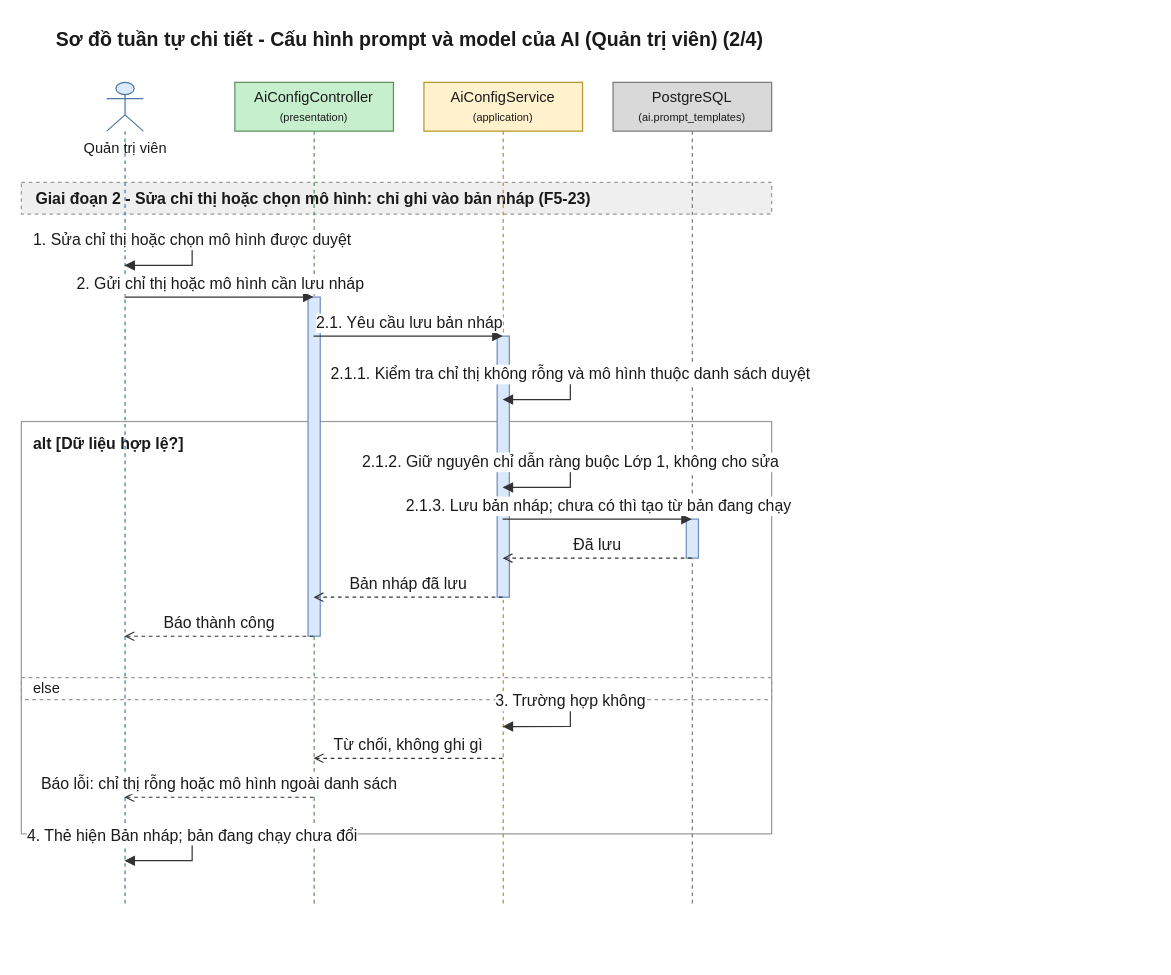
This is 08-diagram/sequence/admin/sequence_admin_cau_hinh_prompt_ai_p2.drawio from daiphu1801/PRJ_ALGOPREP, a draw.io file, before an edit. Source tidied: cells renumbered, new cells numbered last; positions are measured from the earlier drawing's top-left corner, leaving out a move shared by most shapes. Both pictures are drawn from the tidied source at 122%, with x=0, y=0 at pixel (21, 21).
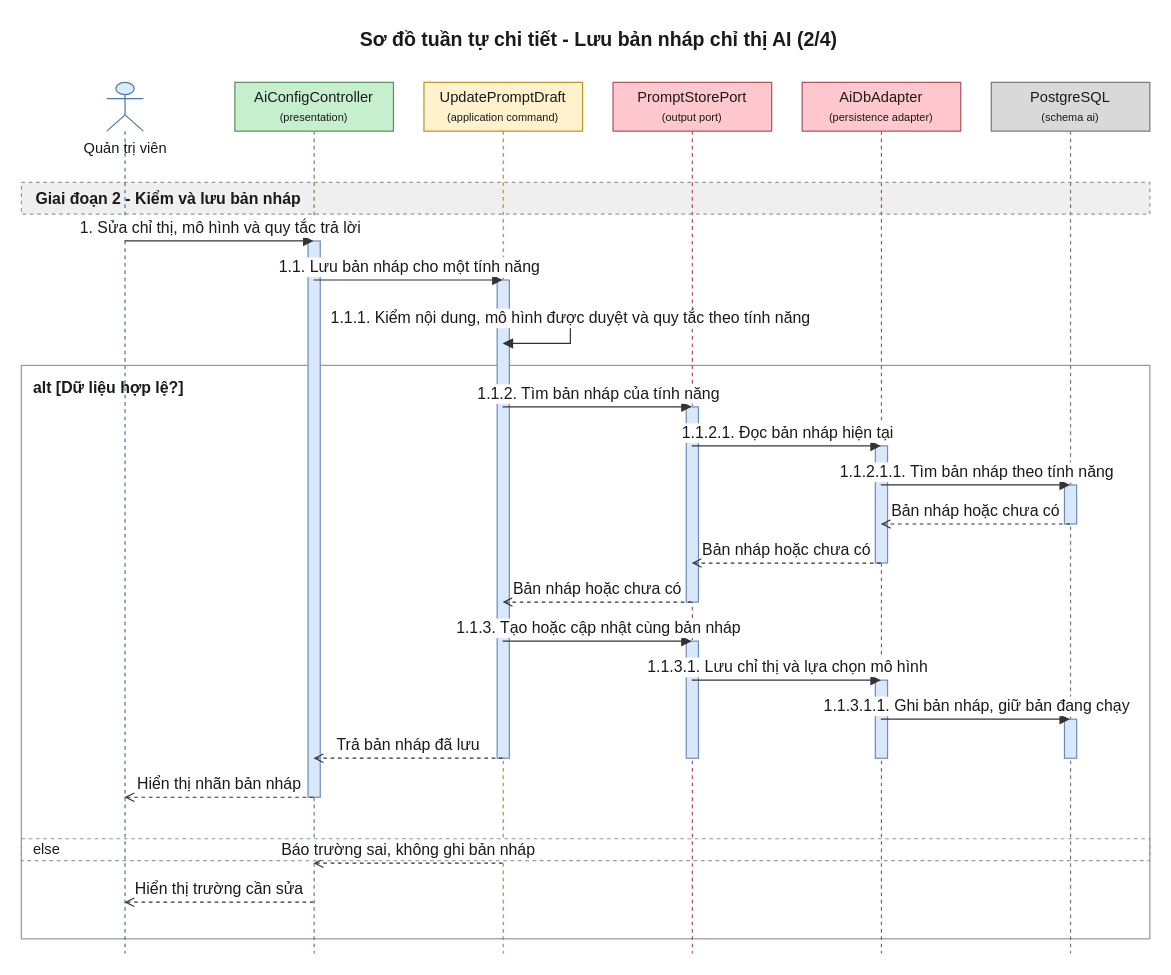
The same diagram, later.

What changed in the source:
```diff
@@
-    <mxCell id="2" value="Sơ đồ tuần tự chi tiết - Cấu hình prompt và model của AI (Quản trị viên) (2/4)" style="text;html=1;fontSize=16;fontStyle=1;align=center;verticalAlign=middle;fontColor=#1A1A1A;" parent="1" vertex="1">
-      <mxGeometry x="20" width="595" height="30" as="geometry" />
+    <mxCell id="2" value="Sơ đồ tuần tự chi tiết - Lưu bản nháp chỉ thị AI (2/4)" style="text;html=1;fontSize=16;fontStyle=1;align=center;verticalAlign=middle;fontColor=#1A1A1A;" parent="1" vertex="1">
+      <mxGeometry x="20" width="905" height="30" as="geometry" />
     </mxCell>
     <mxCell id="3" value="alt [Dữ liệu hợp lệ?]" style="algoprep=alt;rounded=0;whiteSpace=wrap;html=1;fillColor=none;strokeColor=#999999;verticalAlign=top;align=left;spacingLeft=8;spacingTop=4;fontColor=#1A1A1A;fontSize=13;fontStyle=1;dashed=0;" parent="1" vertex="1">
-      <mxGeometry y="328" width="615" height="338" as="geometry" />
+      <mxGeometry y="282" width="925" height="470" as="geometry" />
     </mxCell>
     <mxCell id="4" value="else" style="text;html=1;dashed=1;strokeColor=#999999;fillColor=none;align=left;verticalAlign=middle;spacingLeft=8;fontColor=#1A1A1A;fontSize=12;" parent="1" vertex="1">
-      <mxGeometry y="538" width="615" height="18" as="geometry" />
+      <mxGeometry y="670" width="925" height="18" as="geometry" />
     </mxCell>
-    <mxCell id="5" value="Giai đoạn 2 - Sửa chỉ thị hoặc chọn mô hình: chỉ ghi vào bản nháp (F5-23)" style="algoprep=phase;rounded=0;whiteSpace=wrap;html=1;fillColor=#EFEFEF;strokeColor=#999999;dashed=1;align=left;verticalAlign=middle;spacingLeft=10;fontColor=#1A1A1A;fontSize=13;fontStyle=1;" parent="1" vertex="1">
-      <mxGeometry y="132" width="615" height="26" as="geometry" />
+    <mxCell id="5" value="Giai đoạn 2 - Kiểm và lưu bản nháp" style="algoprep=phase;rounded=0;whiteSpace=wrap;html=1;fillColor=#EFEFEF;strokeColor=#999999;dashed=1;align=left;verticalAlign=middle;spacingLeft=10;fontColor=#1A1A1A;fontSize=13;fontStyle=1;" parent="1" vertex="1">
+      <mxGeometry y="132" width="925" height="26" as="geometry" />
     </mxCell>
     <mxCell id="6" value="Quản trị viên" style="shape=umlLifeline;participant=umlActor;perimeter=lifelinePerimeter;html=1;outlineConnect=0;size=40;verticalAlign=top;spacingTop=40;fillColor=#DCEBFC;strokeColor=#4A76A8;fontColor=#1A1A1A;" parent="1" vertex="1">
-      <mxGeometry x="70" y="50" width="30" height="674" as="geometry" />
+      <mxGeometry x="70" y="50" width="30" height="714" as="geometry" />
     </mxCell>
     <mxCell id="7" value="AiConfigController&lt;br&gt;&lt;font style=&quot;font-size:9px&quot;&gt;(presentation)&lt;/font&gt;" style="shape=umlLifeline;perimeter=lifelinePerimeter;whiteSpace=wrap;html=1;outlineConnect=0;size=40;fillColor=#C6EFCE;strokeColor=#5E8E5E;fontColor=#1A1A1A;" parent="1" vertex="1">
-      <mxGeometry x="175" y="50" width="130" height="674" as="geometry" />
+      <mxGeometry x="175" y="50" width="130" height="714" as="geometry" />
     </mxCell>
-    <mxCell id="8" value="AiConfigService&lt;br&gt;&lt;font style=&quot;font-size:9px&quot;&gt;(application)&lt;/font&gt;" style="shape=umlLifeline;perimeter=lifelinePerimeter;whiteSpace=wrap;html=1;outlineConnect=0;size=40;fillColor=#FFF2CC;strokeColor=#B8952A;fontColor=#1A1A1A;" parent="1" vertex="1">
-      <mxGeometry x="330" y="50" width="130" height="674" as="geometry" />
+    <mxCell id="8" value="UpdatePromptDraft&lt;br&gt;&lt;font style=&quot;font-size:9px&quot;&gt;(application command)&lt;/font&gt;" style="shape=umlLifeline;perimeter=lifelinePerimeter;whiteSpace=wrap;html=1;outlineConnect=0;size=40;fillColor=#FFF2CC;strokeColor=#B8952A;fontColor=#1A1A1A;" parent="1" vertex="1">
+      <mxGeometry x="330" y="50" width="130" height="714" as="geometry" />
     </mxCell>
-    <mxCell id="9" value="PostgreSQL&lt;br&gt;&lt;font style=&quot;font-size:9px&quot;&gt;(ai.prompt_templates)&lt;/font&gt;" style="shape=umlLifeline;perimeter=lifelinePerimeter;whiteSpace=wrap;html=1;outlineConnect=0;size=40;fillColor=#D9D9D9;strokeColor=#7A7A7A;fontColor=#1A1A1A;" parent="1" vertex="1">
-      <mxGeometry x="485" y="50" width="130" height="674" as="geometry" />
+    <mxCell id="9" value="PromptStorePort&lt;br&gt;&lt;font style=&quot;font-size:9px&quot;&gt;(output port)&lt;/font&gt;" style="shape=umlLifeline;perimeter=lifelinePerimeter;whiteSpace=wrap;html=1;outlineConnect=0;size=40;fillColor=#FFC7CE;strokeColor=#B0525E;fontColor=#1A1A1A;" parent="1" vertex="1">
+      <mxGeometry x="485" y="50" width="130" height="714" as="geometry" />
     </mxCell>
-    <mxCell id="10" style="html=1;points=[[0,0,0,0,0],[0,1,0,0,0],[1,0,0,0,0],[1,1,0,0,0]];perimeter=orthogonalPerimeter;outlineConnect=0;targetShapes=umlLifeline;fillColor=#DAE8FC;strokeColor=#6C8EBF;" parent="9" vertex="1">
-      <mxGeometry x="60" y="358" width="10" height="32" as="geometry" />
+    <mxCell id="10" value="AiDbAdapter&lt;br&gt;&lt;font style=&quot;font-size:9px&quot;&gt;(persistence adapter)&lt;/font&gt;" style="shape=umlLifeline;perimeter=lifelinePerimeter;whiteSpace=wrap;html=1;outlineConnect=0;size=40;fillColor=#FFC7CE;strokeColor=#B0525E;fontColor=#1A1A1A;" parent="1" vertex="1">
+      <mxGeometry x="640" y="50" width="130" height="714" as="geometry" />
     </mxCell>
-    <mxCell id="11" style="html=1;points=[[0,0,0,0,0],[0,1,0,0,0],[1,0,0,0,0],[1,1,0,0,0]];perimeter=orthogonalPerimeter;outlineConnect=0;targetShapes=umlLifeline;fillColor=#DAE8FC;strokeColor=#6C8EBF;" parent="8" vertex="1">
-      <mxGeometry x="60" y="208" width="10" height="214" as="geometry" />
+    <mxCell id="11" value="PostgreSQL&lt;br&gt;&lt;font style=&quot;font-size:9px&quot;&gt;(schema ai)&lt;/font&gt;" style="shape=umlLifeline;perimeter=lifelinePerimeter;whiteSpace=wrap;html=1;outlineConnect=0;size=40;fillColor=#D9D9D9;strokeColor=#7A7A7A;fontColor=#1A1A1A;" parent="1" vertex="1">
+      <mxGeometry x="795" y="50" width="130" height="714" as="geometry" />
     </mxCell>
-    <mxCell id="12" style="html=1;perimeter=orthogonalPerimeter;targetShapes=umlLifeline;fillColor=#DAE8FC;strokeColor=#6C8EBF;" parent="7" vertex="1">
-      <mxGeometry x="60" y="176" width="10" height="278" as="geometry" />
+    <mxCell id="12" style="html=1;perimeter=orthogonalPerimeter;targetShapes=umlLifeline;fillColor=#DAE8FC;strokeColor=#6C8EBF;" parent="11" vertex="1">
+      <mxGeometry x="60" y="330" width="10" height="32" as="geometry" />
     </mxCell>
-    <mxCell id="13" value="1. Sửa chỉ thị hoặc chọn mô hình được duyệt" style="edgeStyle=orthogonalEdgeStyle;rounded=0;html=1;endArrow=block;endFill=1;strokeColor=#333333;fontColor=#1A1A1A;fontSize=13;verticalAlign=bottom;exitX=0.5;exitY=0.1929;exitDx=0;exitDy=0;entryX=0.5;entryY=0.2226;entryDx=0;entryDy=0;" parent="1" edge="1" source="6" target="6">
-      <mxGeometry relative="1" as="geometry">
-        <Array as="points">
-          <mxPoint x="140" y="180" />
-          <mxPoint x="140" y="200" />
-        </Array>
-      </mxGeometry>
-    </mxCell>
-    <mxCell id="14" value="2. Gửi chỉ thị hoặc mô hình cần lưu nháp" style="edgeStyle=none;html=1;endArrow=block;endFill=1;strokeColor=#333333;fontColor=#1A1A1A;fontSize=13;verticalAlign=bottom;exitX=0.5;exitY=0.2611;exitDx=0;exitDy=0;entryX=0.5;entryY=0.2611;entryDx=0;entryDy=0;" parent="1" edge="1" source="6" target="7">
-      <mxGeometry relative="1" as="geometry" />
-    </mxCell>
-    <mxCell id="15" value="2.1. Yêu cầu lưu bản nháp" style="edgeStyle=none;html=1;endArrow=block;endFill=1;strokeColor=#333333;fontColor=#1A1A1A;fontSize=13;verticalAlign=bottom;exitX=0.5;exitY=0.3086;exitDx=0;exitDy=0;entryX=0.5;entryY=0.3086;entryDx=0;entryDy=0;" parent="1" edge="1" source="7" target="8">
-      <mxGeometry relative="1" as="geometry" />
-    </mxCell>
-    <mxCell id="16" value="2.1.1. Kiểm tra chỉ thị không rỗng và mô hình thuộc danh sách duyệt" style="edgeStyle=orthogonalEdgeStyle;rounded=0;html=1;endArrow=block;endFill=1;strokeColor=#333333;fontColor=#1A1A1A;fontSize=13;verticalAlign=bottom;exitX=0.5;exitY=0.3561;exitDx=0;exitDy=0;entryX=0.5;entryY=0.3858;entryDx=0;entryDy=0;" parent="1" edge="1" source="8" target="8">
-      <mxGeometry relative="1" as="geometry">
-        <Array as="points">
-          <mxPoint x="450" y="290" />
-          <mxPoint x="450" y="310" />
-        </Array>
-      </mxGeometry>
-    </mxCell>
-    <mxCell id="17" value="2.1.2. Giữ nguyên chỉ dẫn ràng buộc Lớp 1, không cho sửa" style="edgeStyle=orthogonalEdgeStyle;rounded=0;html=1;endArrow=block;endFill=1;strokeColor=#333333;fontColor=#1A1A1A;fontSize=13;verticalAlign=bottom;exitX=0.5;exitY=0.4629;exitDx=0;exitDy=0;entryX=0.5;entryY=0.4926;entryDx=0;entryDy=0;" parent="1" edge="1" source="8" target="8">
-      <mxGeometry relative="1" as="geometry">
-        <Array as="points">
-          <mxPoint x="450" y="362" />
-          <mxPoint x="450" y="382" />
-        </Array>
-      </mxGeometry>
-    </mxCell>
-    <mxCell id="18" value="2.1.3. Lưu bản nháp; chưa có thì tạo từ bản đang chạy" style="edgeStyle=none;html=1;endArrow=block;endFill=1;strokeColor=#333333;fontColor=#1A1A1A;fontSize=13;verticalAlign=bottom;exitX=0.5;exitY=0.5312;exitDx=0;exitDy=0;entryX=0.5;entryY=0.5312;entryDx=0;entryDy=0;" parent="1" edge="1" source="8" target="9">
-      <mxGeometry relative="1" as="geometry" />
-    </mxCell>
-    <mxCell id="19" value="Đã lưu" style="edgeStyle=none;html=1;endArrow=open;endFill=0;dashed=1;strokeColor=#333333;fontColor=#1A1A1A;fontSize=13;verticalAlign=bottom;exitX=0.5;exitY=0.5786;exitDx=0;exitDy=0;entryX=0.5;entryY=0.5786;entryDx=0;entryDy=0;" parent="1" edge="1" source="9" target="8">
-      <mxGeometry relative="1" as="geometry" />
-    </mxCell>
+    <mxCell id="26" style="html=1;perimeter=orthogonalPerimeter;targetShapes=umlLifeline;fillColor=#DAE8FC;strokeColor=#6C8EBF;" parent="10" vertex="1">
+      <mxGeometry x="60" y="298" width="10" height="96" as="geometry" />
+    </mxCell>
+    <mxCell id="27" style="html=1;perimeter=orthogonalPerimeter;targetShapes=umlLifeline;fillColor=#DAE8FC;strokeColor=#6C8EBF;" parent="9" vertex="1">
+      <mxGeometry x="60" y="266" width="10" height="160" as="geometry" />
+    </mxCell>
+    <mxCell id="28" style="html=1;perimeter=orthogonalPerimeter;targetShapes=umlLifeline;fillColor=#DAE8FC;strokeColor=#6C8EBF;" parent="11" vertex="1">
+      <mxGeometry x="60" y="522" width="10" height="32" as="geometry" />
+    </mxCell>
+    <mxCell id="29" style="html=1;perimeter=orthogonalPerimeter;targetShapes=umlLifeline;fillColor=#DAE8FC;strokeColor=#6C8EBF;" parent="10" vertex="1">
+      <mxGeometry x="60" y="490" width="10" height="64" as="geometry" />
+    </mxCell>
+    <mxCell id="30" style="html=1;perimeter=orthogonalPerimeter;targetShapes=umlLifeline;fillColor=#DAE8FC;strokeColor=#6C8EBF;" parent="9" vertex="1">
+      <mxGeometry x="60" y="458" width="10" height="96" as="geometry" />
+    </mxCell>
+    <mxCell id="31" style="html=1;perimeter=orthogonalPerimeter;targetShapes=umlLifeline;fillColor=#DAE8FC;strokeColor=#6C8EBF;" parent="8" vertex="1">
+      <mxGeometry x="60" y="162" width="10" height="392" as="geometry" />
+    </mxCell>
+    <mxCell id="32" style="html=1;perimeter=orthogonalPerimeter;targetShapes=umlLifeline;fillColor=#DAE8FC;strokeColor=#6C8EBF;" parent="7" vertex="1">
+      <mxGeometry x="60" y="130" width="10" height="456" as="geometry" />
+    </mxCell>
-    <mxCell id="20" value="Bản nháp đã lưu" style="edgeStyle=none;html=1;endArrow=open;endFill=0;dashed=1;strokeColor=#333333;fontColor=#1A1A1A;fontSize=13;verticalAlign=bottom;exitX=0.5;exitY=0.6261;exitDx=0;exitDy=0;entryX=0.5;entryY=0.6261;entryDx=0;entryDy=0;" parent="1" edge="1" source="8" target="7">
+    <mxCell id="20" value="1. Sửa chỉ thị, mô hình và quy tắc trả lời" style="edgeStyle=none;html=1;endArrow=block;endFill=1;strokeColor=#333333;fontColor=#1A1A1A;fontSize=13;verticalAlign=bottom;exitX=0.5;exitY=0.1821;exitDx=0;exitDy=0;entryX=0.5;entryY=0.1821;entryDx=0;entryDy=0;" parent="1" edge="1" source="6" target="7">
       <mxGeometry relative="1" as="geometry" />
     </mxCell>
-    <mxCell id="21" value="Báo thành công" style="edgeStyle=none;html=1;endArrow=open;endFill=0;dashed=1;strokeColor=#333333;fontColor=#1A1A1A;fontSize=13;verticalAlign=bottom;exitX=0.5;exitY=0.6736;exitDx=0;exitDy=0;entryX=0.5;entryY=0.6736;entryDx=0;entryDy=0;" parent="1" edge="1" source="7" target="6">
+    <mxCell id="21" value="1.1. Lưu bản nháp cho một tính năng" style="edgeStyle=none;html=1;endArrow=block;endFill=1;strokeColor=#333333;fontColor=#1A1A1A;fontSize=13;verticalAlign=bottom;exitX=0.5;exitY=0.2269;exitDx=0;exitDy=0;entryX=0.5;entryY=0.2269;entryDx=0;entryDy=0;" parent="1" edge="1" source="7" target="8">
       <mxGeometry relative="1" as="geometry" />
     </mxCell>
-    <mxCell id="22" value="3. Trường hợp không" style="edgeStyle=orthogonalEdgeStyle;rounded=0;html=1;endArrow=block;endFill=1;strokeColor=#333333;fontColor=#1A1A1A;fontSize=13;verticalAlign=bottom;exitX=0.5;exitY=0.7537;exitDx=0;exitDy=0;entryX=0.5;entryY=0.7834;entryDx=0;entryDy=0;" parent="1" edge="1" source="8" target="8">
+    <mxCell id="22" value="1.1.1. Kiểm nội dung, mô hình được duyệt và quy tắc theo tính năng" style="edgeStyle=orthogonalEdgeStyle;rounded=0;html=1;endArrow=block;endFill=1;strokeColor=#333333;fontColor=#1A1A1A;fontSize=13;verticalAlign=bottom;exitX=0.5;exitY=0.2717;exitDx=0;exitDy=0;entryX=0.5;entryY=0.2997;entryDx=0;entryDy=0;" parent="1" edge="1" source="8" target="8">
       <mxGeometry relative="1" as="geometry">
         <Array as="points">
-          <mxPoint x="450" y="558" />
-          <mxPoint x="450" y="578" />
+          <mxPoint x="450" y="244" />
+          <mxPoint x="450" y="264" />
         </Array>
       </mxGeometry>
     </mxCell>
-    <mxCell id="23" value="Từ chối, không ghi gì" style="edgeStyle=none;html=1;endArrow=open;endFill=0;dashed=1;strokeColor=#333333;fontColor=#1A1A1A;fontSize=13;verticalAlign=bottom;exitX=0.5;exitY=0.8220;exitDx=0;exitDy=0;entryX=0.5;entryY=0.8220;entryDx=0;entryDy=0;" parent="1" edge="1" source="8" target="7">
+    <mxCell id="23" value="1.1.2. Tìm bản nháp của tính năng" style="edgeStyle=none;html=1;endArrow=block;endFill=1;strokeColor=#333333;fontColor=#1A1A1A;fontSize=13;verticalAlign=bottom;exitX=0.5;exitY=0.3725;exitDx=0;exitDy=0;entryX=0.5;entryY=0.3725;entryDx=0;entryDy=0;" parent="1" edge="1" source="8" target="9">
       <mxGeometry relative="1" as="geometry" />
     </mxCell>
-    <mxCell id="24" value="Báo lỗi: chỉ thị rỗng hoặc mô hình ngoài danh sách" style="edgeStyle=none;html=1;endArrow=open;endFill=0;dashed=1;strokeColor=#333333;fontColor=#1A1A1A;fontSize=13;verticalAlign=bottom;exitX=0.5;exitY=0.8694;exitDx=0;exitDy=0;entryX=0.5;entryY=0.8694;entryDx=0;entryDy=0;" parent="1" edge="1" source="7" target="6">
+    <mxCell id="24" value="1.1.2.1. Đọc bản nháp hiện tại" style="edgeStyle=none;html=1;endArrow=block;endFill=1;strokeColor=#333333;fontColor=#1A1A1A;fontSize=13;verticalAlign=bottom;exitX=0.5;exitY=0.4174;exitDx=0;exitDy=0;entryX=0.5;entryY=0.4174;entryDx=0;entryDy=0;" parent="1" edge="1" source="9" target="10">
       <mxGeometry relative="1" as="geometry" />
     </mxCell>
-    <mxCell id="25" value="4. Thẻ hiện Bản nháp; bản đang chạy chưa đổi" style="edgeStyle=orthogonalEdgeStyle;rounded=0;html=1;endArrow=block;endFill=1;strokeColor=#333333;fontColor=#1A1A1A;fontSize=13;verticalAlign=bottom;exitX=0.5;exitY=0.9169;exitDx=0;exitDy=0;entryX=0.5;entryY=0.9466;entryDx=0;entryDy=0;" parent="1" edge="1" source="6" target="6">
-      <mxGeometry relative="1" as="geometry">
-        <Array as="points">
-          <mxPoint x="140" y="668" />
-          <mxPoint x="140" y="688" />
-        </Array>
-      </mxGeometry>
+    <mxCell id="25" value="1.1.2.1.1. Tìm bản nháp theo tính năng" style="edgeStyle=none;html=1;endArrow=block;endFill=1;strokeColor=#333333;fontColor=#1A1A1A;fontSize=13;verticalAlign=bottom;exitX=0.5;exitY=0.4622;exitDx=0;exitDy=0;entryX=0.5;entryY=0.4622;entryDx=0;entryDy=0;" parent="1" edge="1" source="10" target="11">
+      <mxGeometry relative="1" as="geometry" />
     </mxCell>
+    <mxCell id="33" value="Bản nháp hoặc chưa có" style="edgeStyle=none;html=1;endArrow=open;endFill=0;dashed=1;strokeColor=#333333;fontColor=#1A1A1A;fontSize=13;verticalAlign=bottom;exitX=0.5;exitY=0.5070;exitDx=0;exitDy=0;entryX=0.5;entryY=0.5070;entryDx=0;entryDy=0;" parent="1" edge="1" source="11" target="10">
+      <mxGeometry relative="1" as="geometry" />
+    </mxCell>
+    <mxCell id="34" value="Bản nháp hoặc chưa có" style="edgeStyle=none;html=1;endArrow=open;endFill=0;dashed=1;strokeColor=#333333;fontColor=#1A1A1A;fontSize=13;verticalAlign=bottom;exitX=0.5;exitY=0.5518;exitDx=0;exitDy=0;entryX=0.5;entryY=0.5518;entryDx=0;entryDy=0;" parent="1" edge="1" source="10" target="9">
+      <mxGeometry relative="1" as="geometry" />
+    </mxCell>
+    <mxCell id="19" value="Bản nháp hoặc chưa có" style="edgeStyle=none;html=1;endArrow=open;endFill=0;dashed=1;strokeColor=#333333;fontColor=#1A1A1A;fontSize=13;verticalAlign=bottom;exitX=0.5;exitY=0.5966;exitDx=0;exitDy=0;entryX=0.5;entryY=0.5966;entryDx=0;entryDy=0;" parent="1" edge="1" source="9" target="8">
+      <mxGeometry relative="1" as="geometry" />
+    </mxCell>
+    <mxCell id="18" value="1.1.3. Tạo hoặc cập nhật cùng bản nháp" style="edgeStyle=none;html=1;endArrow=block;endFill=1;strokeColor=#333333;fontColor=#1A1A1A;fontSize=13;verticalAlign=bottom;exitX=0.5;exitY=0.6415;exitDx=0;exitDy=0;entryX=0.5;entryY=0.6415;entryDx=0;entryDy=0;" parent="1" edge="1" source="8" target="9">
+      <mxGeometry relative="1" as="geometry" />
+    </mxCell>
+    <mxCell id="35" value="1.1.3.1. Lưu chỉ thị và lựa chọn mô hình" style="edgeStyle=none;html=1;endArrow=block;endFill=1;strokeColor=#333333;fontColor=#1A1A1A;fontSize=13;verticalAlign=bottom;exitX=0.5;exitY=0.6863;exitDx=0;exitDy=0;entryX=0.5;entryY=0.6863;entryDx=0;entryDy=0;" parent="1" edge="1" source="9" target="10">
+      <mxGeometry relative="1" as="geometry" />
+    </mxCell>
+    <mxCell id="36" value="1.1.3.1.1. Ghi bản nháp, giữ bản đang chạy" style="edgeStyle=none;html=1;endArrow=block;endFill=1;strokeColor=#333333;fontColor=#1A1A1A;fontSize=13;verticalAlign=bottom;exitX=0.5;exitY=0.7311;exitDx=0;exitDy=0;entryX=0.5;entryY=0.7311;entryDx=0;entryDy=0;" parent="1" edge="1" source="10" target="11">
+      <mxGeometry relative="1" as="geometry" />
+    </mxCell>
+    <mxCell id="37" value="Trả bản nháp đã lưu" style="edgeStyle=none;html=1;endArrow=open;endFill=0;dashed=1;strokeColor=#333333;fontColor=#1A1A1A;fontSize=13;verticalAlign=bottom;exitX=0.5;exitY=0.7759;exitDx=0;exitDy=0;entryX=0.5;entryY=0.7759;entryDx=0;entryDy=0;" parent="1" edge="1" source="8" target="7">
+      <mxGeometry relative="1" as="geometry" />
+    </mxCell>
+    <mxCell id="38" value="Hiển thị nhãn bản nháp" style="edgeStyle=none;html=1;endArrow=open;endFill=0;dashed=1;strokeColor=#333333;fontColor=#1A1A1A;fontSize=13;verticalAlign=bottom;exitX=0.5;exitY=0.8207;exitDx=0;exitDy=0;entryX=0.5;entryY=0.8207;entryDx=0;entryDy=0;" parent="1" edge="1" source="7" target="6">
+      <mxGeometry relative="1" as="geometry" />
+    </mxCell>
+    <mxCell id="39" value="Báo trường sai, không ghi bản nháp" style="edgeStyle=none;html=1;endArrow=open;endFill=0;dashed=1;strokeColor=#333333;fontColor=#1A1A1A;fontSize=13;verticalAlign=bottom;exitX=0.5;exitY=0.8964;exitDx=0;exitDy=0;entryX=0.5;entryY=0.8964;entryDx=0;entryDy=0;" parent="1" edge="1" source="8" target="7">
+      <mxGeometry relative="1" as="geometry" />
+    </mxCell>
+    <mxCell id="40" value="Hiển thị trường cần sửa" style="edgeStyle=none;html=1;endArrow=open;endFill=0;dashed=1;strokeColor=#333333;fontColor=#1A1A1A;fontSize=13;verticalAlign=bottom;exitX=0.5;exitY=0.9412;exitDx=0;exitDy=0;entryX=0.5;entryY=0.9412;entryDx=0;entryDy=0;" parent="1" edge="1" source="7" target="6">
+      <mxGeometry relative="1" as="geometry" />
+    </mxCell>
```
